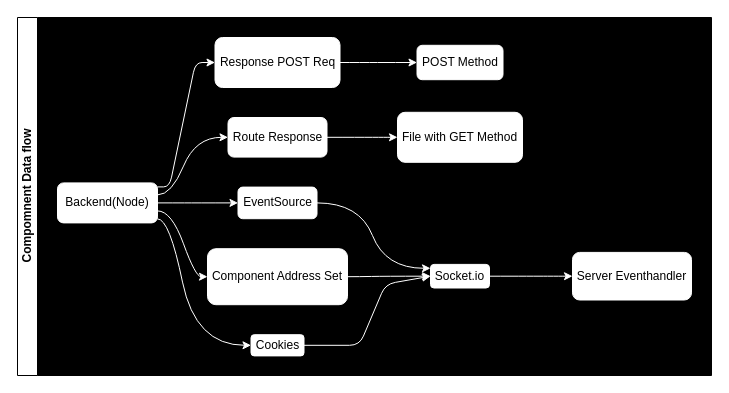
zhzhzhy/ESPHome-WebDirectory keeps this draw.io diagram as PROJ_Architecture/Frontend_Architecture.drawio. Above is the earlier version. Source tidied: cells renumbered, new cells numbered last; positions are measured from the earlier drawing's top-left corner, leaving out a move shared by most shapes. Both pictures are drawn from the tidied source at 100%, with x=0, y=0 at pixel (17, 17).
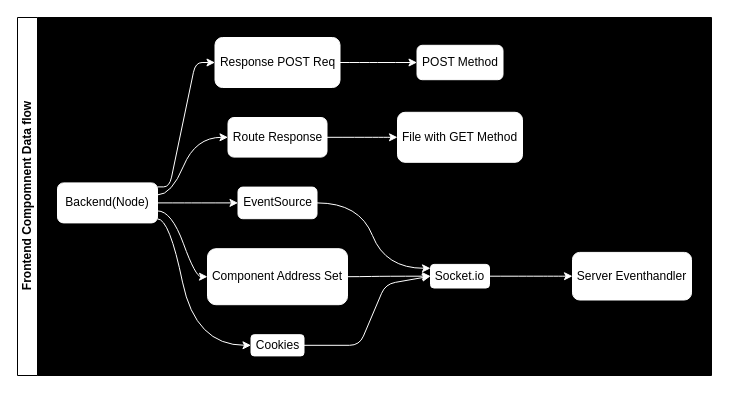
After the change.

Commit message (it also covers changes not shown here):
PROJ_Architecture re draw

Change to the diagram source:
```diff
@@
-    <mxCell id="2" value="Compomnent Data flow" style="swimlane;html=1;startSize=20;horizontal=0;flowOrientation=west;interRankCellSpacing=50;containerType=tree;sketch=0;swimlaneFillColor=#000000;" parent="1" vertex="1">
+    <mxCell id="2" value="Frontend Compomnent Data flow" style="swimlane;html=1;startSize=20;horizontal=0;flowOrientation=west;interRankCellSpacing=50;containerType=tree;sketch=0;swimlaneFillColor=#000000;" parent="1" vertex="1">
       <mxGeometry width="694" height="358" as="geometry" />
     </mxCell>
```
